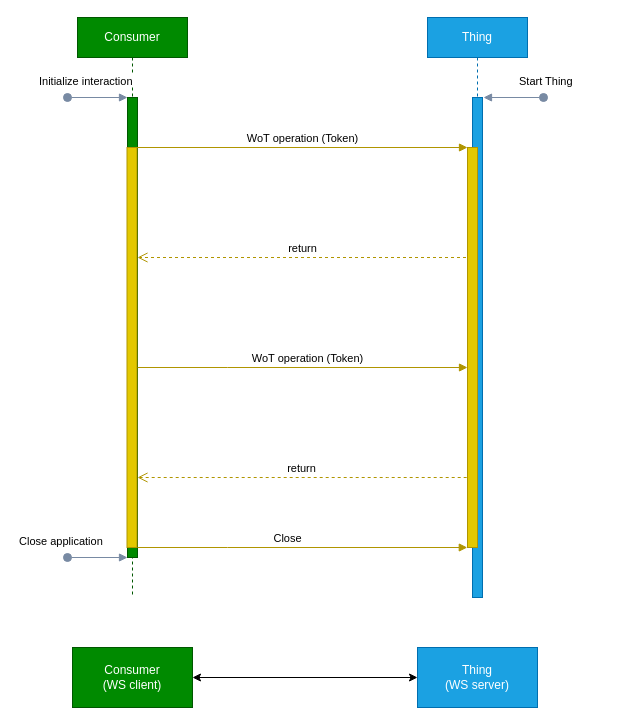
The draw.io diagram page "Websocket" (5 of 5) of planning/ThingDescription/td-next-work-items/images/initial-connection.drawio in w3c/wot, before the edit. Source tidied: cells renumbered, new cells numbered last; positions are measured from the earlier drawing's top-left corner, leaving out a move shared by most shapes. Both pictures are drawn from the tidied source at 100%, with x=0, y=0 at pixel (17, 17).
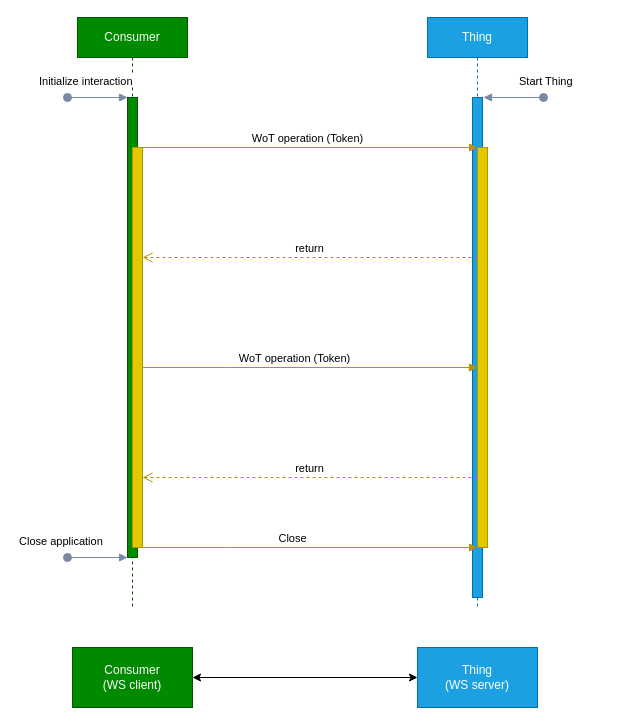
Above is the later version.

What changed in the source:
```diff
@@
     <mxCell id="2" value="Consumer" style="shape=umlLifeline;perimeter=lifelinePerimeter;whiteSpace=wrap;html=1;newEdgeStyle={&quot;curved&quot;:0,&quot;rounded&quot;:0};fillColor=#008a00;strokeColor=#005700;fontColor=#ffffff;" parent="1" vertex="1">
-      <mxGeometry x="60" width="110" height="580" as="geometry" />
+      <mxGeometry x="60" width="110" height="590" as="geometry" />
     </mxCell>
@@
-    <mxCell id="4" value="WoT operation (Token)" style="html=1;verticalAlign=bottom;endArrow=block;curved=0;rounded=0;fillColor=#e3c800;strokeColor=#B09500;" parent="2" edge="1" target="8">
-      <mxGeometry x="0.03" relative="1" as="geometry">
-        <mxPoint x="60.2" y="350" as="sourcePoint" />
-        <Array as="points">
-          <mxPoint x="150.2" y="350" />
-        </Array>
-      </mxGeometry>
-    </mxCell>
     <mxCell id="5" value="Thing" style="shape=umlLifeline;perimeter=lifelinePerimeter;whiteSpace=wrap;html=1;newEdgeStyle={&quot;curved&quot;:0,&quot;rounded&quot;:0};fillColor=#1ba1e2;strokeColor=#006EAF;fontColor=#ffffff;" parent="1" vertex="1">
-      <mxGeometry x="410" width="100" height="580" as="geometry" />
+      <mxGeometry x="410" width="100" height="590" as="geometry" />
     </mxCell>
@@
-    <mxCell id="7" style="html=1;points=[[0,0,0,0,5],[0,1,0,0,-5],[1,0,0,0,5],[1,1,0,0,-5]];perimeter=orthogonalPerimeter;outlineConnect=0;targetShapes=umlLifeline;portConstraint=eastwest;newEdgeStyle={&quot;curved&quot;:0,&quot;rounded&quot;:0};fillColor=#e3c800;strokeColor=#B09500;fontColor=#000000;" parent="5" vertex="1">
-      <mxGeometry x="-300.5" y="130" width="10" height="400" as="geometry" />
-    </mxCell>
     <mxCell id="8" style="html=1;points=[[0,0,0,0,5],[0,1,0,0,-5],[1,0,0,0,5],[1,1,0,0,-5]];perimeter=orthogonalPerimeter;outlineConnect=0;targetShapes=umlLifeline;portConstraint=eastwest;newEdgeStyle={&quot;curved&quot;:0,&quot;rounded&quot;:0};fillColor=#e3c800;strokeColor=#B09500;fontColor=#000000;" parent="5" vertex="1">
-      <mxGeometry x="40" y="130" width="10" height="400" as="geometry" />
+      <mxGeometry x="50" y="130" width="10" height="400" as="geometry" />
     </mxCell>
@@
-    <mxCell id="10" value="return" style="html=1;verticalAlign=bottom;endArrow=open;dashed=1;endSize=8;curved=0;rounded=0;exitX=0;exitY=1;exitDx=0;exitDy=-5;exitPerimeter=0;fillColor=#e3c800;strokeColor=#B09500;" parent="5" edge="1">
-      <mxGeometry relative="1" as="geometry">
-        <mxPoint x="38.5" y="240" as="sourcePoint" />
-        <mxPoint x="-290" y="240" as="targetPoint" />
-        <Array as="points">
-          <mxPoint x="-40.5" y="240" />
-        </Array>
-      </mxGeometry>
-    </mxCell>
@@
-    <mxCell id="14" value="return" style="html=1;verticalAlign=bottom;endArrow=open;dashed=1;endSize=8;curved=0;rounded=0;exitX=0;exitY=1;exitDx=0;exitDy=-5;exitPerimeter=0;fillColor=#e3c800;strokeColor=#B09500;" parent="1" edge="1">
+    <mxCell id="14" value="return" style="html=1;verticalAlign=bottom;endArrow=open;dashed=1;endSize=8;curved=0;rounded=0;fillColor=#e3c800;strokeColor=#B09500;" parent="1" edge="1" source="8" target="7">
       <mxGeometry relative="1" as="geometry">
-        <mxPoint x="449.2" y="460" as="sourcePoint" />
-        <mxPoint x="120" y="460" as="targetPoint" />
         <Array as="points">
           <mxPoint x="370.2" y="460" />
         </Array>
       </mxGeometry>
     </mxCell>
-    <mxCell id="15" value="Close" style="html=1;verticalAlign=bottom;endArrow=block;curved=0;rounded=0;fillColor=#e3c800;strokeColor=#B09500;" parent="1" edge="1">
+    <mxCell id="15" value="Close" style="html=1;verticalAlign=bottom;endArrow=block;curved=0;rounded=0;fillColor=#e3c800;strokeColor=#B09500;" parent="1" edge="1" target="8">
       <mxGeometry x="-0.09" relative="1" as="geometry">
         <mxPoint x="120" y="530" as="sourcePoint" />
-        <mxPoint x="449.8" y="530" as="targetPoint" />
         <Array as="points">
           <mxPoint x="210" y="530" />
         </Array>
       </mxGeometry>
     </mxCell>
@@
+    <mxCell id="7" style="html=1;points=[[0,0,0,0,5],[0,1,0,0,-5],[1,0,0,0,5],[1,1,0,0,-5]];perimeter=orthogonalPerimeter;outlineConnect=0;targetShapes=umlLifeline;portConstraint=eastwest;newEdgeStyle={&quot;curved&quot;:0,&quot;rounded&quot;:0};fillColor=#e3c800;strokeColor=#B09500;fontColor=#000000;" parent="1" vertex="1">
+      <mxGeometry x="115" y="130" width="10" height="400" as="geometry" />
+    </mxCell>
+    <mxCell id="10" value="return" style="html=1;verticalAlign=bottom;endArrow=open;dashed=1;endSize=8;curved=0;rounded=0;fillColor=#e3c800;strokeColor=#B09500;" parent="1" edge="1" source="8" target="7">
+      <mxGeometry relative="1" as="geometry">
+        <Array as="points">
+          <mxPoint x="369.5" y="240" />
+        </Array>
+      </mxGeometry>
+    </mxCell>
+    <mxCell id="4" value="WoT operation (Token)" style="html=1;verticalAlign=bottom;endArrow=block;curved=0;rounded=0;fillColor=#e3c800;strokeColor=#B09500;" parent="1" edge="1" source="7">
+      <mxGeometry x="-0.09" relative="1" as="geometry">
+        <mxPoint x="460" y="350" as="targetPoint" />
+        <Array as="points">
+          <mxPoint x="210" y="350" />
+        </Array>
+      </mxGeometry>
+    </mxCell>
```
